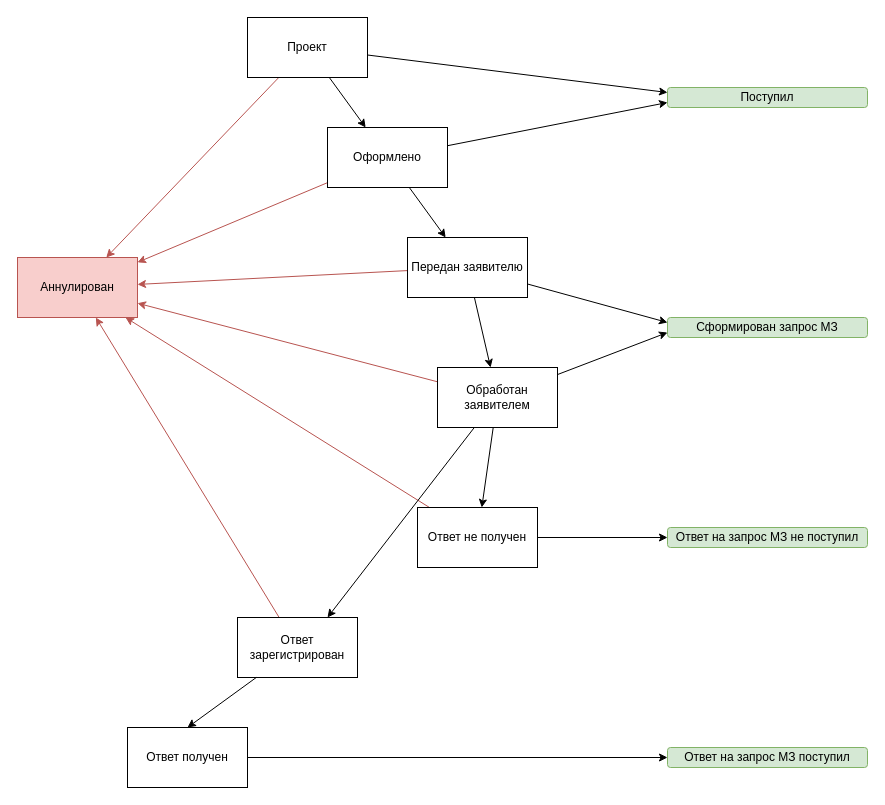
Before: Domain/Requests/CSApplicantReqeust.States.Statemachine.drawio in davyd0ff/so-line-grls, a draw.io diagram. Source tidied: cells renumbered, new cells numbered last; positions are measured from the earlier drawing's top-left corner, leaving out a move shared by most shapes. Both pictures are drawn from the tidied source at 100%, with x=0, y=0 at pixel (17, 17).
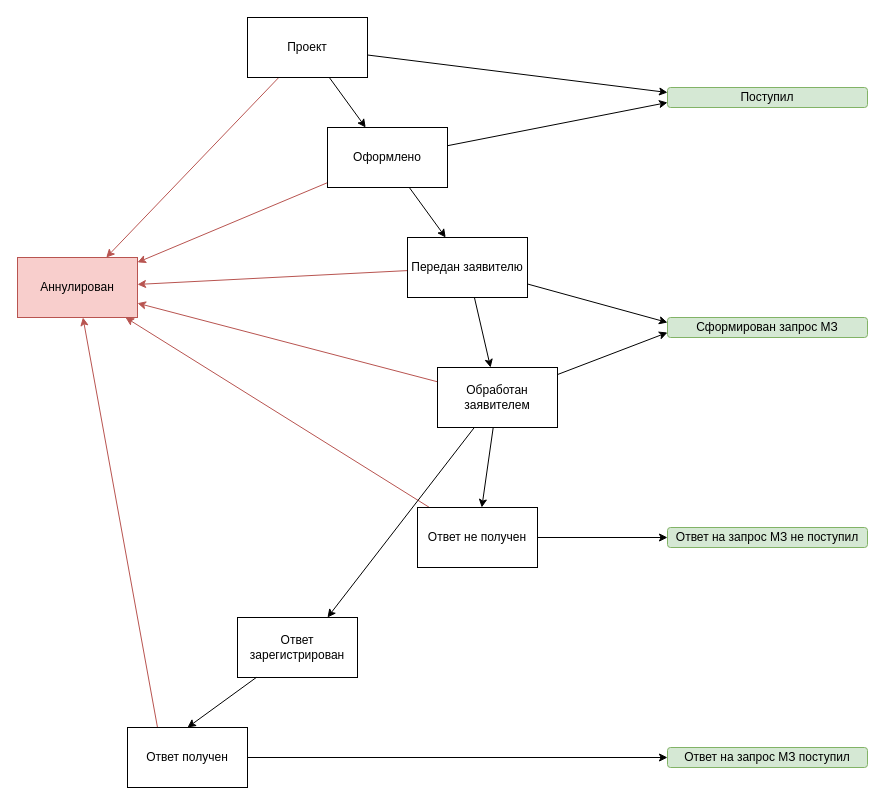
Above is the later version.

The change refers to these unchanged cells:
```xml
<mxCell id="15" value="Ответ зарегистрирован" style="rounded=0;whiteSpace=wrap;html=1;" parent="1" vertex="1">
  <mxGeometry x="220" y="600" width="120" height="60" as="geometry" />
</mxCell>
<mxCell id="19" value="Ответ получен" style="rounded=0;whiteSpace=wrap;html=1;" parent="1" vertex="1">
  <mxGeometry x="110" y="710" width="120" height="60" as="geometry" />
</mxCell>
<mxCell id="22" value="Аннулирован" style="rounded=0;whiteSpace=wrap;html=1;fillColor=#f8cecc;strokeColor=#b85450;" parent="1" vertex="1">
  <mxGeometry y="240" width="120" height="60" as="geometry" />
</mxCell>
```

Diff of the diagram source:
```diff
@@
-    <mxCell id="14" style="edgeStyle=none;rounded=0;jettySize=auto;html=1;fillColor=#f8cecc;strokeColor=#b85450;" parent="1" edge="1" source="15" target="22">
+    <mxCell id="14" style="edgeStyle=none;rounded=0;jettySize=auto;html=1;fillColor=#f8cecc;strokeColor=#b85450;exitX=0.25;exitY=0;exitDx=0;exitDy=0;" parent="1" edge="1" source="19" target="22">
       <mxGeometry relative="1" as="geometry" />
     </mxCell>
```
